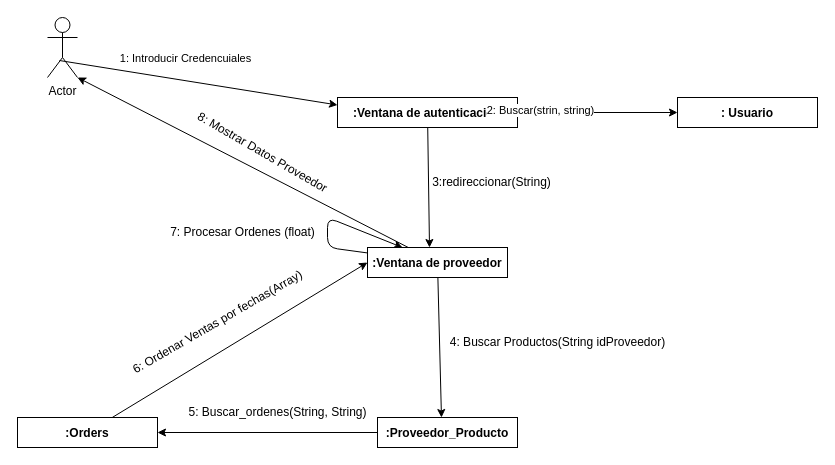
Earlier version of the draw.io diagram diagramas/Diagrama de colaboracion provaider.drawio (devcubamodela/gestion.cubamodela). Source tidied: cells renumbered, new cells numbered last; positions are measured from the earlier drawing's top-left corner, leaving out a move shared by most shapes. Both pictures are drawn from the tidied source at 100%, with x=0, y=0 at pixel (17, 17).
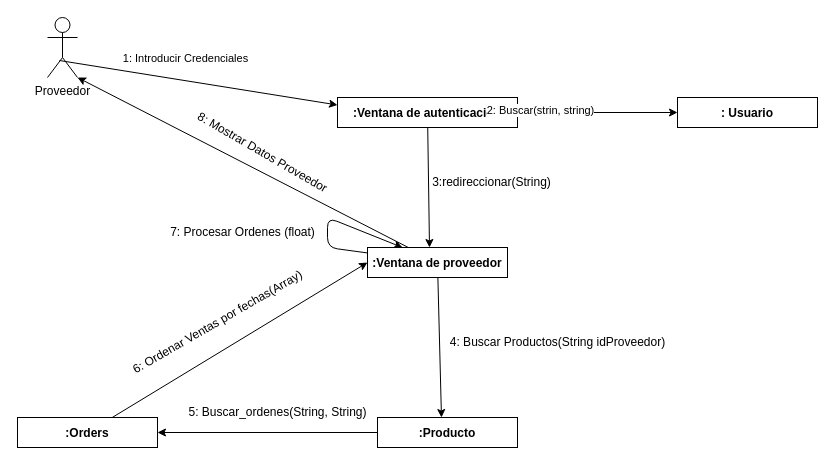
The same diagram, later.

The change refers to these unchanged cells:
```xml
<mxCell id="10" style="endArrow=classic;html=1;exitX=0.4;exitY=0.717;exitDx=0;exitDy=0;exitPerimeter=0;entryX=0;entryY=0.25;entryDx=0;entryDy=0;" parent="1" edge="1" source="2" target="9">
  <mxGeometry relative="1" as="geometry" />
</mxCell>
```

Change to the diagram source:
```diff
@@
-    <mxCell id="2" value="Actor" style="shape=umlActor;verticalLabelPosition=bottom;verticalAlign=top;html=1;" parent="1" vertex="1">
+    <mxCell id="2" value="Proveedor" style="shape=umlActor;verticalLabelPosition=bottom;verticalAlign=top;html=1;" parent="1" vertex="1">
       <mxGeometry x="30" width="30" height="60" as="geometry" />
     </mxCell>
@@
-    <mxCell id="11" value="1: Introducir Credencuiales" style="edgeLabel;html=1;align=center;verticalAlign=middle;" parent="10" vertex="1">
+    <mxCell id="11" value="1: Introducir Credenciales" style="edgeLabel;html=1;align=center;verticalAlign=middle;" parent="10" vertex="1">
       <mxGeometry x="-0.33" relative="1" as="geometry">
         <mxPoint x="33" y="-17" as="offset" />
       </mxGeometry>
     </mxCell>
@@
-    <mxCell id="16" value=":Proveedor_Producto" style="fontStyle=1;" parent="1" vertex="1">
+    <mxCell id="16" value=":Producto" style="fontStyle=1;" parent="1" vertex="1">
       <mxGeometry x="360" y="400" width="140" height="30" as="geometry" />
     </mxCell>
```
